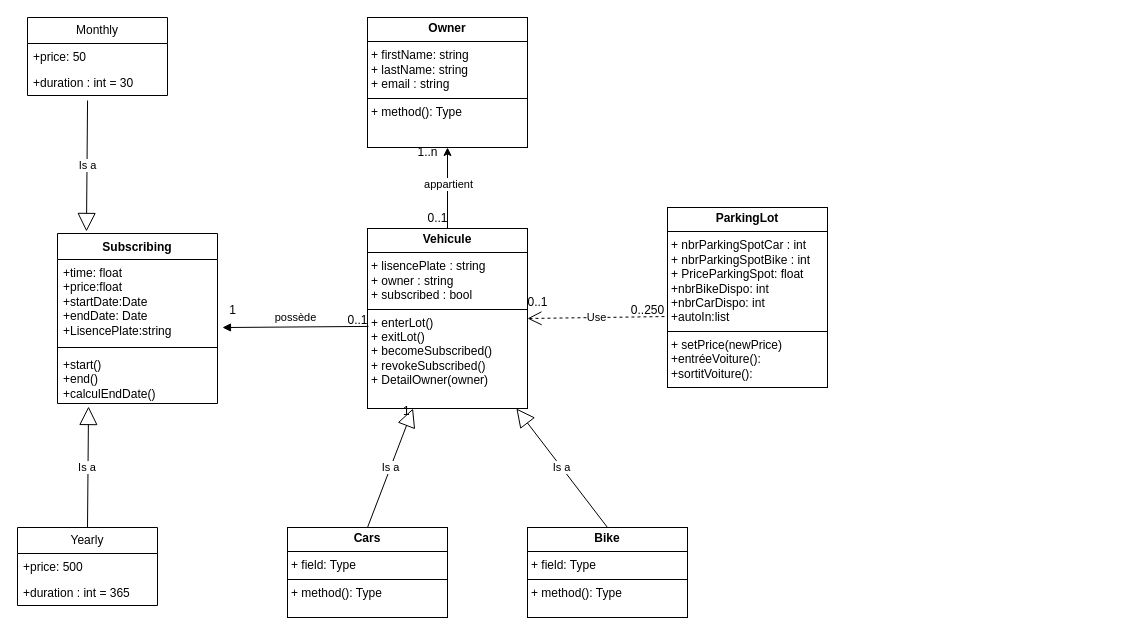
bpatureau/Projet-dev-II-2tl1-6 keeps this draw.io diagram as UMLprojetDev2.drawio. Above is the earlier version. Source tidied: cells renumbered, new cells numbered last; positions are measured from the earlier drawing's top-left corner, leaving out a move shared by most shapes. Both pictures are drawn from the tidied source at 100%, with x=0, y=0 at pixel (17, 17).
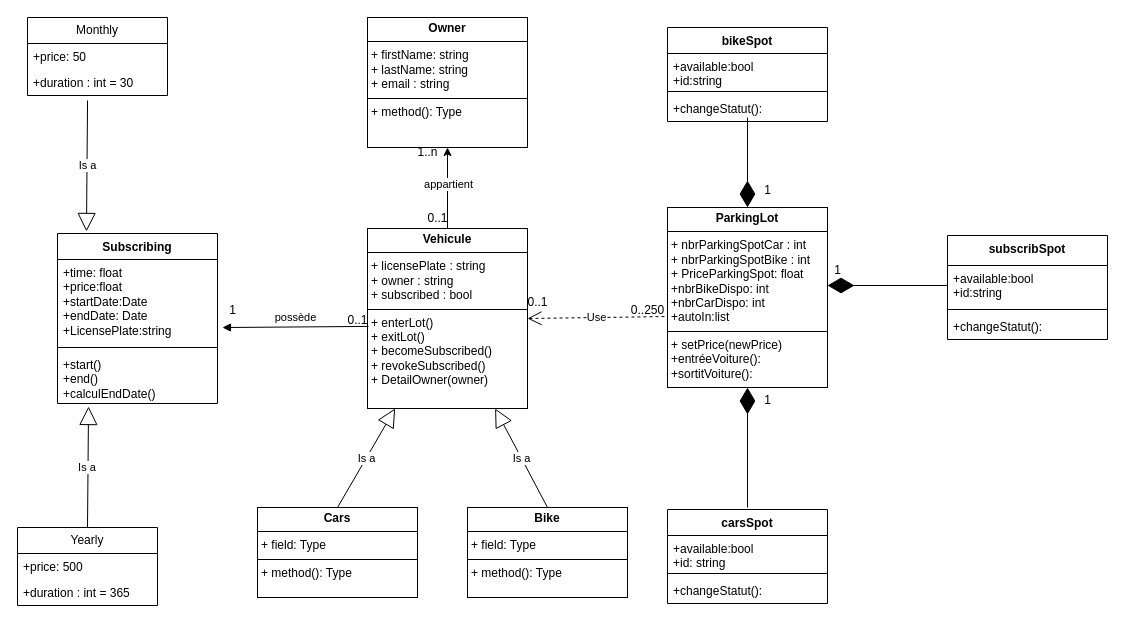
The same page after the edit.

Commit message:
Mettre à jour UMLprojetDev2.drawio

The change refers to these unchanged cells:
```xml
<mxCell id="4" value="&lt;p style=&quot;margin:0px;margin-top:4px;text-align:center;&quot;&gt;&lt;b&gt;ParkingLot&lt;/b&gt;&lt;/p&gt;&lt;hr size=&quot;1&quot; style=&quot;border-style:solid;&quot;&gt;&lt;p style=&quot;margin:0px;margin-left:4px;&quot;&gt;+ nbrParkingSpotCar : int&lt;/p&gt;&lt;p style=&quot;margin:0px;margin-left:4px;&quot;&gt;+ nbrParkingSpotBike : int&lt;/p&gt;&lt;p style=&quot;margin:0px;margin-left:4px;&quot;&gt;+ PriceParkingSpot: float&lt;/p&gt;&lt;p style=&quot;margin:0px;margin-left:4px;&quot;&gt;+nbrBikeDispo: int&lt;/p&gt;&lt;p style=&quot;margin:0px;margin-left:4px;&quot;&gt;+nbrCarDispo: int&lt;/p&gt;&lt;p style=&quot;margin:0px;margin-left:4px;&quot;&gt;+autoIn:list&lt;/p&gt;&lt;hr size=&quot;1&quot; style=&quot;border-style:solid;&quot;&gt;&lt;p style=&quot;margin:0px;margin-left:4px;&quot;&gt;+ setPrice(newPrice)&lt;/p&gt;&lt;p style=&quot;margin:0px;margin-left:4px;&quot;&gt;+entréeVoiture():&lt;/p&gt;&lt;p style=&quot;margin:0px;margin-left:4px;&quot;&gt;+sortitVoiture():&lt;/p&gt;&lt;p style=&quot;margin:0px;margin-left:4px;&quot;&gt;&lt;br&gt;&lt;/p&gt;" style="verticalAlign=top;align=left;overflow=fill;html=1;whiteSpace=wrap;" parent="1" vertex="1">
  <mxGeometry x="650" y="190" width="160" height="180" as="geometry" />
</mxCell>
<mxCell id="10" value="Subscribing" style="swimlane;fontStyle=1;align=center;verticalAlign=top;horizontal=1;startSize=26;whiteSpace=wrap;html=1;" parent="1" vertex="1">
  <mxGeometry x="40" y="216" width="160" height="170" as="geometry" />
</mxCell>
```

Diff of the diagram source:
```diff
@@
-    <mxCell id="2" value="&lt;p style=&quot;margin:0px;margin-top:4px;text-align:center;&quot;&gt;&lt;b&gt;Vehicule&lt;/b&gt;&lt;/p&gt;&lt;hr size=&quot;1&quot; style=&quot;border-style:solid;&quot;&gt;&lt;p style=&quot;margin:0px;margin-left:4px;&quot;&gt;+ lisencePlate : string&lt;/p&gt;&lt;p style=&quot;margin:0px;margin-left:4px;&quot;&gt;+ owner : string&lt;/p&gt;&lt;p style=&quot;margin:0px;margin-left:4px;&quot;&gt;+ subscribed : bool&lt;/p&gt;&lt;hr size=&quot;1&quot; style=&quot;border-style:solid;&quot;&gt;&lt;p style=&quot;margin:0px;margin-left:4px;&quot;&gt;+ enterLot()&lt;/p&gt;&lt;p style=&quot;margin:0px;margin-left:4px;&quot;&gt;+ exitLot()&lt;/p&gt;&lt;p style=&quot;margin:0px;margin-left:4px;&quot;&gt;+ becomeSubscribed()&lt;/p&gt;&lt;p style=&quot;margin:0px;margin-left:4px;&quot;&gt;+ revokeSubscribed()&lt;/p&gt;&lt;p style=&quot;margin:0px;margin-left:4px;&quot;&gt;+ DetailOwner(owner)&lt;/p&gt;" style="verticalAlign=top;align=left;overflow=fill;html=1;whiteSpace=wrap;" parent="1" vertex="1">
+    <mxCell id="2" value="&lt;p style=&quot;margin:0px;margin-top:4px;text-align:center;&quot;&gt;&lt;b&gt;Vehicule&lt;/b&gt;&lt;/p&gt;&lt;hr size=&quot;1&quot; style=&quot;border-style:solid;&quot;&gt;&lt;p style=&quot;margin:0px;margin-left:4px;&quot;&gt;+ licensePlate : string&lt;/p&gt;&lt;p style=&quot;margin:0px;margin-left:4px;&quot;&gt;+ owner : string&lt;/p&gt;&lt;p style=&quot;margin:0px;margin-left:4px;&quot;&gt;+ subscribed : bool&lt;/p&gt;&lt;hr size=&quot;1&quot; style=&quot;border-style:solid;&quot;&gt;&lt;p style=&quot;margin:0px;margin-left:4px;&quot;&gt;+ enterLot()&lt;/p&gt;&lt;p style=&quot;margin:0px;margin-left:4px;&quot;&gt;+ exitLot()&lt;/p&gt;&lt;p style=&quot;margin:0px;margin-left:4px;&quot;&gt;+ becomeSubscribed()&lt;/p&gt;&lt;p style=&quot;margin:0px;margin-left:4px;&quot;&gt;+ revokeSubscribed()&lt;/p&gt;&lt;p style=&quot;margin:0px;margin-left:4px;&quot;&gt;+ DetailOwner(owner)&lt;/p&gt;" style="verticalAlign=top;align=left;overflow=fill;html=1;whiteSpace=wrap;" parent="1" vertex="1">
       <mxGeometry x="350" y="211" width="160" height="180" as="geometry" />
     </mxCell>
@@
     <mxCell id="5" value="&lt;p style=&quot;margin:0px;margin-top:4px;text-align:center;&quot;&gt;&lt;b&gt;Cars&lt;/b&gt;&lt;/p&gt;&lt;hr size=&quot;1&quot; style=&quot;border-style:solid;&quot;&gt;&lt;p style=&quot;margin:0px;margin-left:4px;&quot;&gt;+ field: Type&lt;/p&gt;&lt;hr size=&quot;1&quot; style=&quot;border-style:solid;&quot;&gt;&lt;p style=&quot;margin:0px;margin-left:4px;&quot;&gt;+ method(): Type&lt;/p&gt;" style="verticalAlign=top;align=left;overflow=fill;html=1;whiteSpace=wrap;" parent="1" vertex="1">
-      <mxGeometry x="270" y="510" width="160" height="90" as="geometry" />
+      <mxGeometry x="240" y="490" width="160" height="90" as="geometry" />
     </mxCell>
     <mxCell id="6" value="&lt;p style=&quot;margin:0px;margin-top:4px;text-align:center;&quot;&gt;&lt;b&gt;Bike&lt;/b&gt;&lt;/p&gt;&lt;hr size=&quot;1&quot; style=&quot;border-style:solid;&quot;&gt;&lt;p style=&quot;margin:0px;margin-left:4px;&quot;&gt;+ field: Type&lt;/p&gt;&lt;hr size=&quot;1&quot; style=&quot;border-style:solid;&quot;&gt;&lt;p style=&quot;margin:0px;margin-left:4px;&quot;&gt;+ method(): Type&lt;/p&gt;" style="verticalAlign=top;align=left;overflow=fill;html=1;whiteSpace=wrap;" parent="1" vertex="1">
-      <mxGeometry x="510" y="510" width="160" height="90" as="geometry" />
+      <mxGeometry x="450" y="490" width="160" height="90" as="geometry" />
     </mxCell>
@@
-    <mxCell id="9" value="1" style="text;strokeColor=none;fillColor=none;align=left;verticalAlign=top;spacingLeft=4;spacingRight=4;overflow=hidden;whiteSpace=wrap;html=1;" parent="1" vertex="1">
-      <mxGeometry x="380" y="380" width="30" height="26" as="geometry" />
-    </mxCell>
@@
-    <mxCell id="11" value="+time: float&lt;div&gt;+price:float&lt;/div&gt;&lt;div&gt;+startDate:Date&lt;/div&gt;&lt;div&gt;+endDate: Date&lt;/div&gt;&lt;div&gt;+LisencePlate:string&lt;/div&gt;" style="text;strokeColor=none;fillColor=none;align=left;verticalAlign=top;spacingLeft=4;spacingRight=4;overflow=hidden;points=[[0,0.5],[1,0.5]];portConstraint=eastwest;whiteSpace=wrap;html=1;" parent="10" vertex="1">
+    <mxCell id="11" value="+time: float&lt;div&gt;+price:float&lt;/div&gt;&lt;div&gt;+startDate:Date&lt;/div&gt;&lt;div&gt;+endDate: Date&lt;/div&gt;&lt;div&gt;+LicensePlate:string&lt;/div&gt;" style="text;strokeColor=none;fillColor=none;align=left;verticalAlign=top;spacingLeft=4;spacingRight=4;overflow=hidden;points=[[0,0.5],[1,0.5]];portConstraint=eastwest;whiteSpace=wrap;html=1;" parent="10" vertex="1">
       <mxGeometry y="26" width="160" height="84" as="geometry" />
     </mxCell>
@@
+    <mxCell id="32" style="endArrow=diamondThin;endFill=1;endSize=24;html=1;rounded=0;entryX=0.5;entryY=0;entryDx=0;entryDy=0;" parent="1" edge="1" target="4">
+      <mxGeometry relative="1" as="geometry">
+        <mxPoint x="730" y="100" as="sourcePoint" />
+      </mxGeometry>
+    </mxCell>
+    <mxCell id="33" style="endArrow=diamondThin;endFill=1;endSize=24;html=1;rounded=0;entryX=0.5;entryY=1;entryDx=0;entryDy=0;" parent="1" edge="1" target="4">
+      <mxGeometry relative="1" as="geometry">
+        <mxPoint x="730" y="490" as="sourcePoint" />
+      </mxGeometry>
+    </mxCell>
+    <mxCell id="34" value="subscribSpot" style="swimlane;fontStyle=1;align=center;verticalAlign=top;horizontal=1;startSize=30;whiteSpace=wrap;html=1;" parent="1" vertex="1">
+      <mxGeometry x="930" y="218" width="160" height="104" as="geometry" />
+    </mxCell>
+    <mxCell id="35" value="+available:bool&lt;div&gt;+id:string&lt;/div&gt;" style="text;strokeColor=none;fillColor=none;align=left;verticalAlign=top;spacingLeft=4;spacingRight=4;overflow=hidden;points=[[0,0.5],[1,0.5]];portConstraint=eastwest;whiteSpace=wrap;html=1;" parent="34" vertex="1">
+      <mxGeometry y="30" width="160" height="40" as="geometry" />
+    </mxCell>
+    <mxCell id="36" style="line;strokeWidth=1;fillColor=none;align=left;verticalAlign=middle;spacingTop=-1;spacingLeft=3;spacingRight=3;labelPosition=right;strokeColor=inherit;" parent="34" vertex="1">
+      <mxGeometry y="70" width="160" height="8" as="geometry" />
+    </mxCell>
+    <mxCell id="37" value="+changeStatut():" style="text;strokeColor=none;fillColor=none;align=left;verticalAlign=top;spacingLeft=4;spacingRight=4;overflow=hidden;whiteSpace=wrap;html=1;" parent="34" vertex="1">
+      <mxGeometry y="78" width="160" height="26" as="geometry" />
+    </mxCell>
+    <mxCell id="38" value="carsSpot" style="swimlane;fontStyle=1;align=center;verticalAlign=top;horizontal=1;startSize=26;whiteSpace=wrap;html=1;" parent="1" vertex="1">
+      <mxGeometry x="650" y="492" width="160" height="94" as="geometry" />
+    </mxCell>
+    <mxCell id="39" value="+available:bool&lt;div&gt;+id: string&lt;/div&gt;" style="text;strokeColor=none;fillColor=none;align=left;verticalAlign=top;spacingLeft=4;spacingRight=4;overflow=hidden;whiteSpace=wrap;html=1;" parent="38" vertex="1">
+      <mxGeometry y="26" width="160" height="34" as="geometry" />
+    </mxCell>
+    <mxCell id="40" style="line;strokeWidth=1;fillColor=none;align=left;verticalAlign=middle;spacingTop=-1;spacingLeft=3;spacingRight=3;labelPosition=right;strokeColor=inherit;" parent="38" vertex="1">
+      <mxGeometry y="60" width="160" height="8" as="geometry" />
+    </mxCell>
+    <mxCell id="41" value="+changeStatut():" style="text;strokeColor=none;fillColor=none;align=left;verticalAlign=top;spacingLeft=4;spacingRight=4;overflow=hidden;whiteSpace=wrap;html=1;" parent="38" vertex="1">
+      <mxGeometry y="68" width="160" height="26" as="geometry" />
+    </mxCell>
+    <mxCell id="42" style="endArrow=diamondThin;endFill=1;endSize=24;html=1;rounded=0;exitX=0;exitY=0.5;exitDx=0;exitDy=0;" parent="1" edge="1" source="35">
+      <mxGeometry relative="1" as="geometry">
+        <mxPoint x="810" y="268" as="targetPoint" />
+      </mxGeometry>
+    </mxCell>
+    <mxCell id="43" value="bikeSpot" style="swimlane;fontStyle=1;align=center;verticalAlign=top;horizontal=1;startSize=26;whiteSpace=wrap;html=1;" parent="1" vertex="1">
+      <mxGeometry x="650" y="10" width="160" height="94" as="geometry" />
+    </mxCell>
+    <mxCell id="44" value="+available:bool&lt;div&gt;+id:string&lt;/div&gt;" style="text;strokeColor=none;fillColor=none;align=left;verticalAlign=top;spacingLeft=4;spacingRight=4;overflow=hidden;whiteSpace=wrap;html=1;" parent="43" vertex="1">
+      <mxGeometry y="26" width="160" height="34" as="geometry" />
+    </mxCell>
+    <mxCell id="45" style="line;strokeWidth=1;fillColor=none;align=left;verticalAlign=middle;spacingTop=-1;spacingLeft=3;spacingRight=3;labelPosition=right;strokeColor=inherit;" parent="43" vertex="1">
+      <mxGeometry y="60" width="160" height="8" as="geometry" />
+    </mxCell>
+    <mxCell id="46" value="+changeStatut():" style="text;strokeColor=none;fillColor=none;align=left;verticalAlign=top;spacingLeft=4;spacingRight=4;overflow=hidden;whiteSpace=wrap;html=1;" parent="43" vertex="1">
+      <mxGeometry y="68" width="160" height="26" as="geometry" />
+    </mxCell>
+    <mxCell id="47" value="1" style="text;html=1;align=center;verticalAlign=middle;strokeColor=none;fillColor=none;" parent="1" vertex="1">
+      <mxGeometry x="805" y="238" width="30" height="30" as="geometry" />
+    </mxCell>
+    <mxCell id="48" value="1" style="text;html=1;align=center;verticalAlign=middle;strokeColor=none;fillColor=none;" parent="1" vertex="1">
+      <mxGeometry x="735" y="158" width="30" height="30" as="geometry" />
+    </mxCell>
+    <mxCell id="49" value="1" style="text;html=1;align=center;verticalAlign=middle;strokeColor=none;fillColor=none;" parent="1" vertex="1">
+      <mxGeometry x="735" y="368" width="30" height="30" as="geometry" />
+    </mxCell>
```
